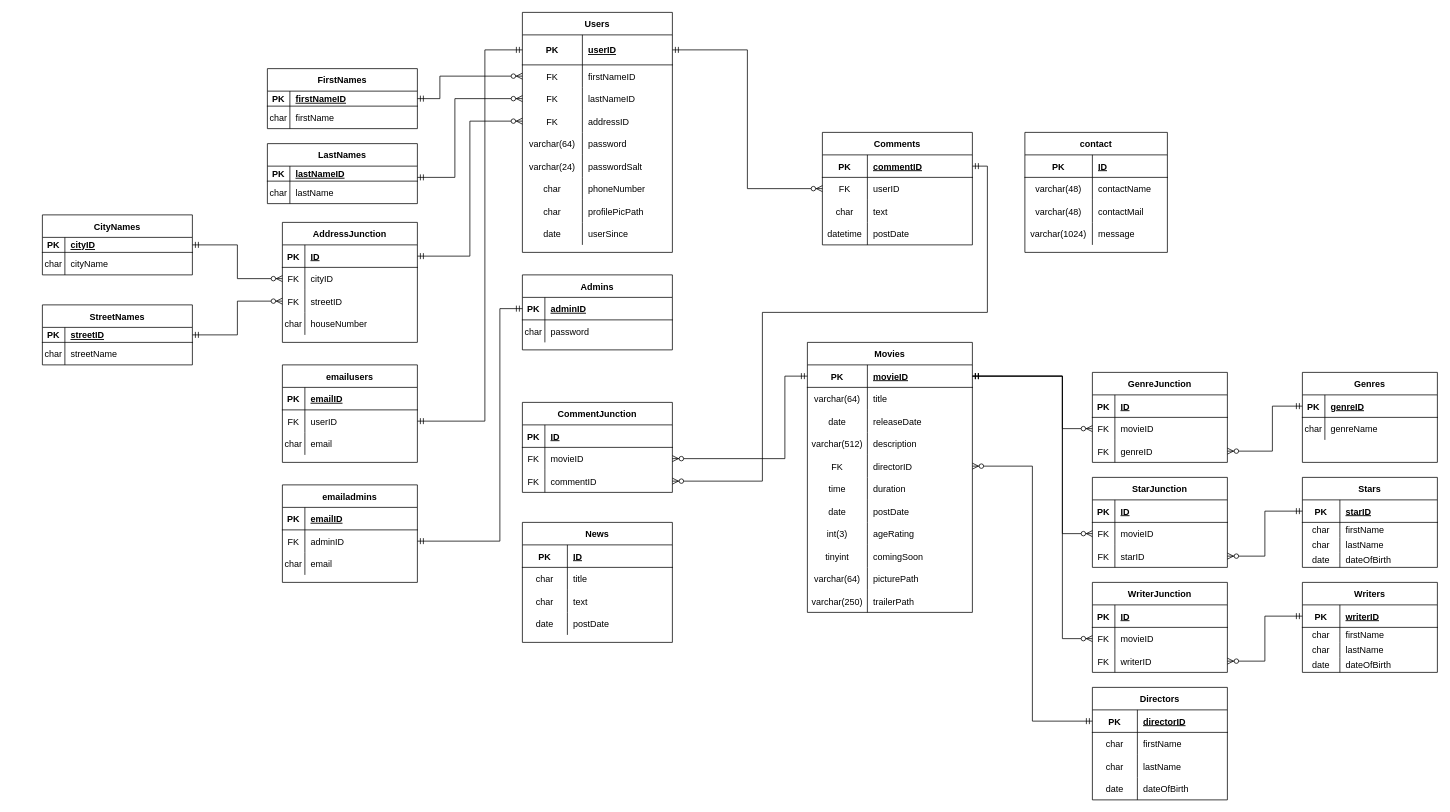
Earlier version of the draw.io diagram FlickClickER.drawio (nikolailarsen01/FlickClick). Source tidied: cells renumbered, new cells numbered last; positions are measured from the earlier drawing's top-left corner, leaving out a move shared by most shapes. Both pictures are drawn from the tidied source at 75%, with x=0, y=0 at pixel (42, 12).
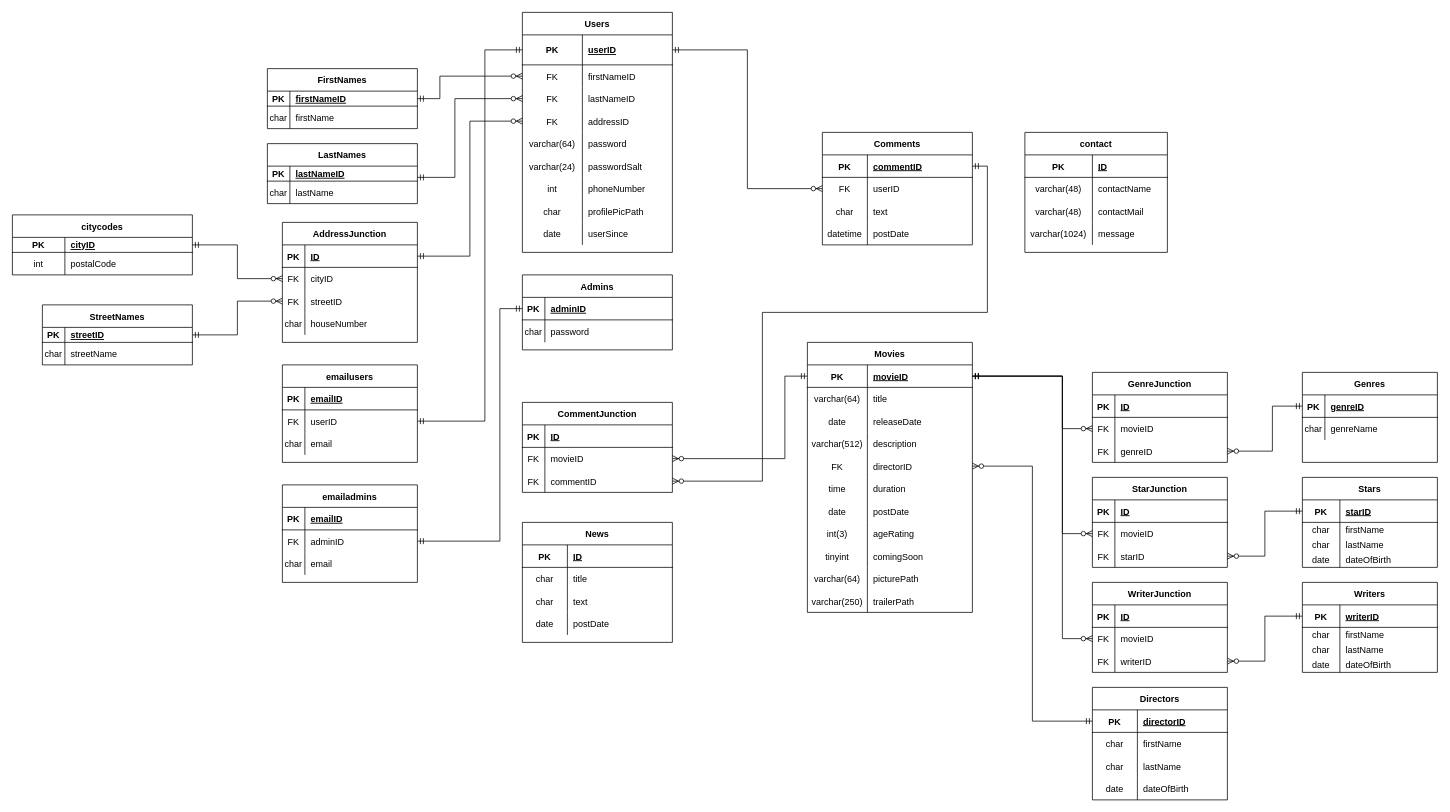
The same page after the edit.

The change refers to these unchanged cells:
```xml
<mxCell id="21" style="shape=partialRectangle;fillColor=none;top=0;left=0;bottom=0;right=0;" parent="2" vertex="1">
  <mxGeometry y="220" width="200" height="30" as="geometry" />
</mxCell>
```

Diff of the diagram source:
```diff
@@
-    <mxCell id="22" value="char" style="shape=partialRectangle;fillColor=none;top=0;left=0;bottom=0;right=0;fontStyle=0;overflow=hidden;" parent="21" vertex="1">
+    <mxCell id="22" value="int" style="shape=partialRectangle;fillColor=none;top=0;left=0;bottom=0;right=0;fontStyle=0;overflow=hidden;" parent="21" vertex="1">
       <mxGeometry width="80" height="30" as="geometry" />
     </mxCell>
@@
-    <mxCell id="222" value="CityNames" style="shape=table;startSize=30;childLayout=tableLayout;rowLines=0;fontStyle=1;align=center;" parent="1" vertex="1">
-      <mxGeometry y="270" width="200" height="80" as="geometry" />
+    <mxCell id="222" value="citycodes" style="shape=table;startSize=30;childLayout=tableLayout;rowLines=0;fontStyle=1;align=center;" parent="1" vertex="1">
+      <mxGeometry x="-40" y="270" width="240" height="80" as="geometry" />
     </mxCell>
     <mxCell id="223" style="shape=partialRectangle;fillColor=none;top=0;left=0;bottom=1;right=0;" parent="222" vertex="1">
-      <mxGeometry y="30" width="200" height="20" as="geometry" />
+      <mxGeometry y="30" width="240" height="20" as="geometry" />
     </mxCell>
     <mxCell id="224" value="PK" style="shape=partialRectangle;fillColor=none;top=0;left=0;bottom=0;right=0;fontStyle=1;overflow=hidden;" parent="223" vertex="1">
-      <mxGeometry width="30" height="20" as="geometry" />
+      <mxGeometry width="70" height="20" as="geometry" />
     </mxCell>
     <mxCell id="225" value="cityID" style="shape=partialRectangle;fillColor=none;top=0;left=0;bottom=0;right=0;align=left;spacingLeft=6;fontStyle=5;overflow=hidden;" parent="223" vertex="1">
-      <mxGeometry x="30" width="170" height="20" as="geometry" />
+      <mxGeometry x="70" width="170" height="20" as="geometry" />
     </mxCell>
     <mxCell id="226" style="shape=partialRectangle;fillColor=none;top=0;left=0;bottom=0;right=0;" parent="222" vertex="1">
-      <mxGeometry y="50" width="200" height="30" as="geometry" />
+      <mxGeometry y="50" width="240" height="30" as="geometry" />
     </mxCell>
-    <mxCell id="227" value="char" style="shape=partialRectangle;fillColor=none;top=0;left=0;bottom=0;right=0;overflow=hidden;" parent="226" vertex="1">
-      <mxGeometry width="30" height="30" as="geometry" />
+    <mxCell id="227" value="int" style="shape=partialRectangle;fillColor=none;top=0;left=0;bottom=0;right=0;overflow=hidden;" parent="226" vertex="1">
+      <mxGeometry width="70" height="30" as="geometry" />
     </mxCell>
-    <mxCell id="228" value="cityName" style="shape=partialRectangle;fillColor=none;top=0;left=0;bottom=0;right=0;align=left;spacingLeft=6;overflow=hidden;" parent="226" vertex="1">
-      <mxGeometry x="30" width="170" height="30" as="geometry" />
+    <mxCell id="228" value="postalCode" style="shape=partialRectangle;fillColor=none;top=0;left=0;bottom=0;right=0;align=left;spacingLeft=6;overflow=hidden;" parent="226" vertex="1">
+      <mxGeometry x="70" width="170" height="30" as="geometry" />
     </mxCell>
```
